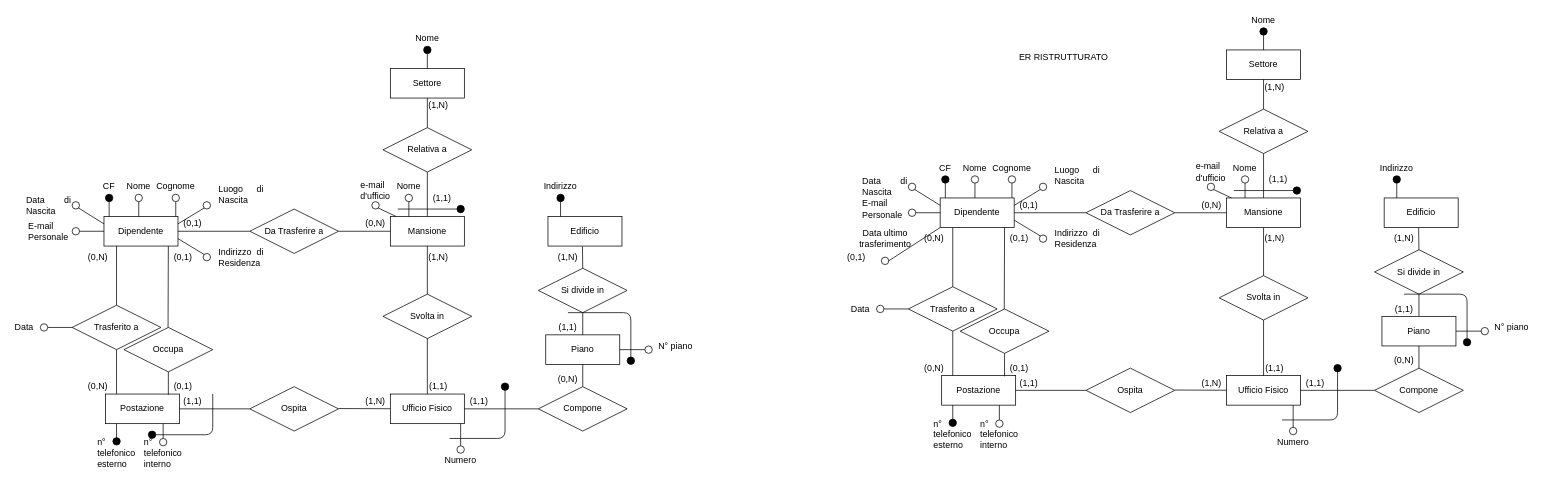
The draw.io diagram diagram_ER/diagram_ER.drawio in Torkin1/Directory_aziendale, before the edit. Source tidied: cells renumbered, new cells numbered last; positions are measured from the earlier drawing's top-left corner, leaving out a move shared by most shapes. Both pictures are drawn from the tidied source at 74%, with x=0, y=0 at pixel (13, 13).
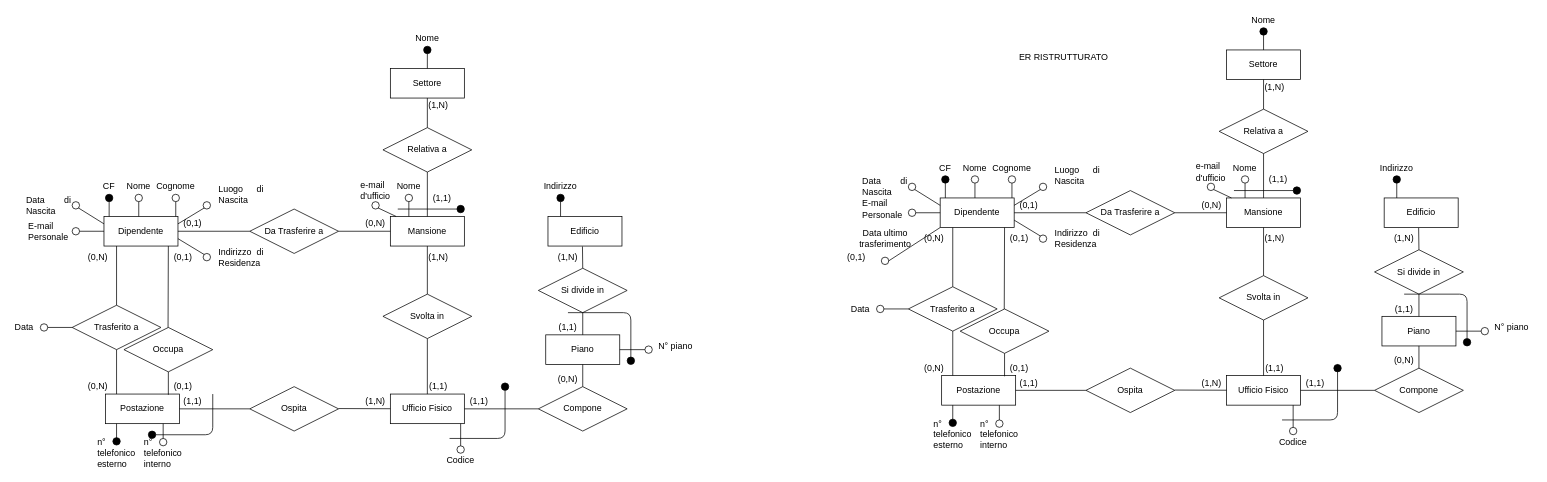
After the change.

Diff of the diagram source:
```diff
@@
-    <mxCell id="202" value="Numero" style="text;html=1;strokeColor=none;fillColor=none;align=center;verticalAlign=middle;whiteSpace=wrap;rounded=0;" parent="1" vertex="1">
+    <mxCell id="202" value="Codice" style="text;html=1;strokeColor=none;fillColor=none;align=center;verticalAlign=middle;whiteSpace=wrap;rounded=0;" parent="1" vertex="1">
       <mxGeometry x="585" y="595" width="40" height="20" as="geometry" />
     </mxCell>
@@
-    <mxCell id="207" value="Numero" style="text;html=1;strokeColor=none;fillColor=none;align=center;verticalAlign=middle;whiteSpace=wrap;rounded=0;" parent="1" vertex="1">
+    <mxCell id="207" value="Codice" style="text;html=1;strokeColor=none;fillColor=none;align=center;verticalAlign=middle;whiteSpace=wrap;rounded=0;" parent="1" vertex="1">
       <mxGeometry x="1710" y="570" width="40" height="20" as="geometry" />
     </mxCell>
```
